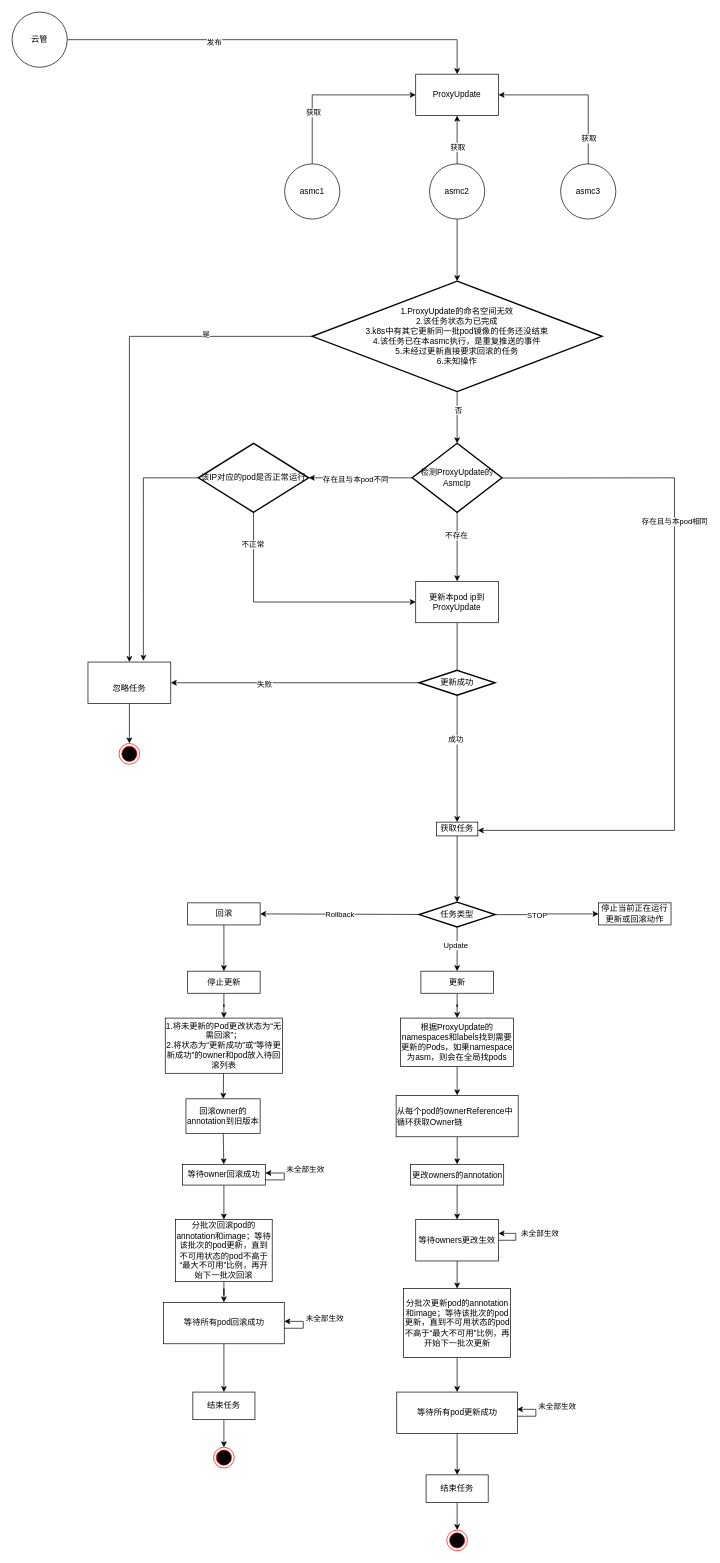
The draw.io diagram Untitled Diagram.drawio in 460434901ccz/ccz-practise, before the edit. Source tidied: cells renumbered, new cells numbered last; positions are measured from the earlier drawing's top-left corner, leaving out a move shared by most shapes. Both pictures are drawn from the tidied source at 69%, with x=0, y=0 at pixel (12, 12).
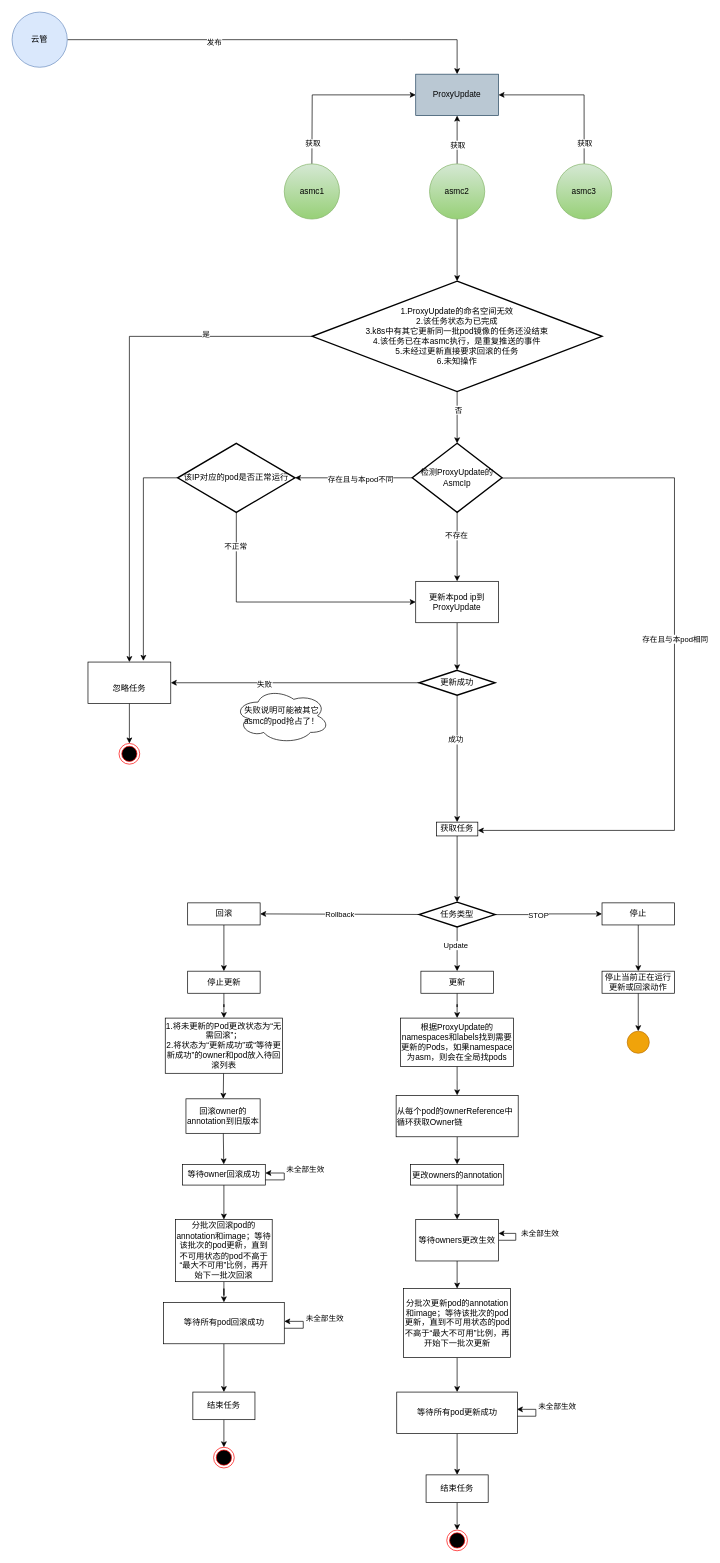
After the change.

The change refers to these unchanged cells:
```xml
<mxCell id="6" style="edgeStyle=none;rounded=0;jettySize=auto;html=1;exitX=0.5;exitY=0;exitDx=0;exitDy=0;entryX=0;entryY=0.5;entryDx=0;entryDy=0;" parent="1" edge="1" source="8">
  <mxGeometry relative="1" as="geometry">
    <mxPoint x="585" y="120" as="targetPoint" />
    <Array as="points">
      <mxPoint x="435" y="120" />
    </Array>
  </mxGeometry>
</mxCell>
<mxCell id="9" style="edgeStyle=none;rounded=0;jettySize=auto;html=1;exitX=0.5;exitY=0;exitDx=0;exitDy=0;entryX=0.5;entryY=1;entryDx=0;entryDy=0;" parent="1" edge="1" source="12">
  <mxGeometry relative="1" as="geometry">
    <mxPoint x="645" y="150" as="targetPoint" />
  </mxGeometry>
</mxCell>
<mxCell id="18" style="edgeStyle=none;rounded=0;jettySize=auto;html=1;entryX=1;entryY=0.5;entryDx=0;entryDy=0;entryPerimeter=0;exitX=0;exitY=0.5;exitDx=0;exitDy=0;exitPerimeter=0;" parent="1" edge="1" source="22" target="35">
  <mxGeometry relative="1" as="geometry" />
</mxCell>
<mxCell id="20" style="edgeStyle=none;rounded=0;orthogonalLoop=1;jettySize=auto;html=1;entryX=1;entryY=0.5;entryDx=0;entryDy=0;" parent="1" edge="1">
  <mxGeometry relative="1" as="geometry">
    <mxPoint x="710" y="675.3" as="sourcePoint" />
    <mxPoint x="675" y="1186" as="targetPoint" />
    <Array as="points">
      <mxPoint x="960" y="675" />
      <mxPoint x="960" y="1186" />
    </Array>
  </mxGeometry>
</mxCell>
<mxCell id="24" value="更新本pod ip到ProxyUpdate" style="rounded=0;whiteSpace=wrap;html=1;" parent="1" vertex="1">
  <mxGeometry x="585" y="825" width="120" height="60" as="geometry" />
</mxCell>
<mxCell id="29" value="&lt;span style=&quot;text-align: left&quot;&gt;更新成功&lt;/span&gt;" style="strokeWidth=2;html=1;shape=mxgraph.flowchart.decision;whiteSpace=wrap;" parent="1" vertex="1">
  <mxGeometry x="590" y="954" width="110" height="36" as="geometry" />
</mxCell>
```

Diff of the diagram source:
```diff
@@
-    <mxCell id="4" value="云管" style="ellipse;whiteSpace=wrap;html=1;" parent="1" vertex="1">
+    <mxCell id="4" value="云管" style="ellipse;whiteSpace=wrap;html=1;fillColor=#dae8fc;strokeColor=#6c8ebf;" parent="1" vertex="1">
       <mxGeometry width="80" height="80" as="geometry" />
     </mxCell>
-    <mxCell id="5" value="ProxyUpdate" style="rounded=0;whiteSpace=wrap;html=1;" parent="1" vertex="1">
+    <mxCell id="5" value="ProxyUpdate" style="rounded=0;whiteSpace=wrap;html=1;fillColor=#bac8d3;strokeColor=#23445d;" parent="1" vertex="1">
       <mxGeometry x="585" y="90" width="120" height="60" as="geometry" />
     </mxCell>
@@
     <mxCell id="7" value="获取" style="edgeLabel;html=1;align=center;verticalAlign=middle;" parent="6" vertex="1">
-      <mxGeometry x="-0.4" y="-1" relative="1" as="geometry" />
+      <mxGeometry x="-0.4" y="-1" relative="1" as="geometry">
+        <mxPoint y="45" as="offset" />
+      </mxGeometry>
     </mxCell>
-    <mxCell id="8" value="asmc1" style="ellipse;whiteSpace=wrap;html=1;" parent="1" vertex="1">
-      <mxGeometry x="395" y="220" width="80" height="80" as="geometry" />
+    <mxCell id="8" value="asmc1" style="ellipse;whiteSpace=wrap;html=1;fillColor=#d5e8d4;gradientColor=#97d077;strokeColor=#82b366;" parent="1" vertex="1">
+      <mxGeometry x="394.5" y="220" width="80" height="80" as="geometry" />
     </mxCell>
@@
     <mxCell id="10" value="获取" style="edgeLabel;html=1;align=center;verticalAlign=middle;" parent="9" vertex="1">
-      <mxGeometry x="-0.3" relative="1" as="geometry" />
+      <mxGeometry x="-0.3" relative="1" as="geometry">
+        <mxPoint y="-3" as="offset" />
+      </mxGeometry>
     </mxCell>
@@
-    <mxCell id="12" value="asmc2" style="ellipse;whiteSpace=wrap;html=1;" parent="1" vertex="1">
+    <mxCell id="12" value="asmc2" style="ellipse;whiteSpace=wrap;html=1;fillColor=#d5e8d4;gradientColor=#97d077;strokeColor=#82b366;" parent="1" vertex="1">
       <mxGeometry x="605" y="220" width="80" height="80" as="geometry" />
     </mxCell>
     <mxCell id="13" style="edgeStyle=none;rounded=0;jettySize=auto;html=1;entryX=1;entryY=0.5;entryDx=0;entryDy=0;" parent="1" edge="1" source="15">
       <mxGeometry relative="1" as="geometry">
         <mxPoint x="705" y="120" as="targetPoint" />
         <Array as="points">
-          <mxPoint x="835" y="120" />
+          <mxPoint x="829" y="120" />
         </Array>
       </mxGeometry>
     </mxCell>
     <mxCell id="14" value="获取" style="edgeLabel;html=1;align=center;verticalAlign=middle;" parent="13" vertex="1">
-      <mxGeometry x="-0.68" relative="1" as="geometry" />
+      <mxGeometry x="-0.68" relative="1" as="geometry">
+        <mxPoint y="6" as="offset" />
+      </mxGeometry>
     </mxCell>
-    <mxCell id="15" value="asmc3" style="ellipse;whiteSpace=wrap;html=1;" parent="1" vertex="1">
-      <mxGeometry x="795" y="220" width="80" height="80" as="geometry" />
+    <mxCell id="15" value="asmc3" style="ellipse;whiteSpace=wrap;html=1;fillColor=#d5e8d4;gradientColor=#97d077;strokeColor=#82b366;" parent="1" vertex="1">
+      <mxGeometry x="789.1" y="220" width="80" height="80" as="geometry" />
     </mxCell>
@@
     <mxCell id="19" value="存在且与本pod不同" style="edgeLabel;html=1;align=center;verticalAlign=middle;" parent="18" vertex="1">
-      <mxGeometry x="0.11" y="2" relative="1" as="geometry" />
+      <mxGeometry x="0.11" y="2" relative="1" as="geometry">
+        <mxPoint x="18" as="offset" />
+      </mxGeometry>
     </mxCell>
@@
     <mxCell id="21" value="存在且与本pod相同" style="edgeLabel;html=1;align=center;verticalAlign=middle;" parent="20" vertex="1">
-      <mxGeometry x="-0.4" y="-1" relative="1" as="geometry" />
+      <mxGeometry x="-0.4" y="-1" relative="1" as="geometry">
+        <mxPoint x="1" y="170" as="offset" />
+      </mxGeometry>
     </mxCell>
@@
-    <mxCell id="23" style="edgeStyle=none;rounded=0;jettySize=auto;html=1;entryX=0.5;entryY=0;entryDx=0;entryDy=0;entryPerimeter=0;" parent="1" edge="1" source="24">
-      <mxGeometry relative="1" as="geometry">
-        <mxPoint x="645" y="962" as="targetPoint" />
-      </mxGeometry>
+    <mxCell id="23" style="edgeStyle=none;rounded=0;jettySize=auto;html=1;entryX=0.5;entryY=0;entryDx=0;entryDy=0;entryPerimeter=0;" parent="1" edge="1" source="24" target="29">
+      <mxGeometry relative="1" as="geometry" />
     </mxCell>
@@
-    <mxCell id="32" style="edgeStyle=none;rounded=0;jettySize=auto;html=1;entryX=0;entryY=0.5;entryDx=0;entryDy=0;exitX=0.5;exitY=1;exitDx=0;exitDy=0;exitPerimeter=0;" parent="1" edge="1" source="35" target="24">
-      <mxGeometry relative="1" as="geometry">
-        <Array as="points">
-          <mxPoint x="350" y="855" />
-        </Array>
-      </mxGeometry>
+    <mxCell id="32" style="edgeStyle=orthogonalEdgeStyle;rounded=0;jettySize=auto;html=1;entryX=0;entryY=0.5;entryDx=0;entryDy=0;exitX=0.5;exitY=1;exitDx=0;exitDy=0;exitPerimeter=0;" parent="1" edge="1" source="35" target="24">
+      <mxGeometry relative="1" as="geometry" />
     </mxCell>
@@
     <mxCell id="35" value="该IP对应的pod是否正常运行" style="strokeWidth=2;html=1;shape=mxgraph.flowchart.decision;whiteSpace=wrap;" parent="1" vertex="1">
-      <mxGeometry x="270" y="625" width="160" height="100" as="geometry" />
+      <mxGeometry x="240" y="625" width="170" height="100" as="geometry" />
     </mxCell>
@@
+    <mxCell id="95" style="edgeStyle=orthogonalEdgeStyle;rounded=0;jettySize=auto;html=1;" parent="1" edge="1" source="51" target="98">
+      <mxGeometry relative="1" as="geometry" />
+    </mxCell>
-    <mxCell id="51" value="停止当前正在运行更新或回滚动作" style="rounded=0;whiteSpace=wrap;html=1;" parent="1" vertex="1">
-      <mxGeometry x="850" y="1291" width="105" height="32" as="geometry" />
+    <mxCell id="51" value="停止" style="rounded=0;whiteSpace=wrap;html=1;" parent="1" vertex="1">
+      <mxGeometry x="855" y="1291" width="105" height="32" as="geometry" />
     </mxCell>
@@
+    <mxCell id="96" value="失败说明可能被其它asmc的pod抢占了！" style="ellipse;shape=cloud;whiteSpace=wrap;html=1;" parent="1" vertex="1">
+      <mxGeometry x="322" y="980" width="138" height="80" as="geometry" />
+    </mxCell>
+    <mxCell id="97" style="edgeStyle=orthogonalEdgeStyle;rounded=0;jettySize=auto;html=1;entryX=0.5;entryY=0;entryDx=0;entryDy=0;" parent="1" edge="1" source="98" target="99">
+      <mxGeometry relative="1" as="geometry" />
+    </mxCell>
+    <mxCell id="98" value="停止当前正在运行更新或回滚动作" style="rounded=0;whiteSpace=wrap;html=1;" parent="1" vertex="1">
+      <mxGeometry x="855" y="1390" width="105" height="32" as="geometry" />
+    </mxCell>
+    <mxCell id="99" style="ellipse;whiteSpace=wrap;html=1;fillColor=#f0a30a;fontColor=#000000;strokeColor=#BD7000;" parent="1" vertex="1">
+      <mxGeometry x="891.5" y="1477" width="32" height="32" as="geometry" />
+    </mxCell>
```
